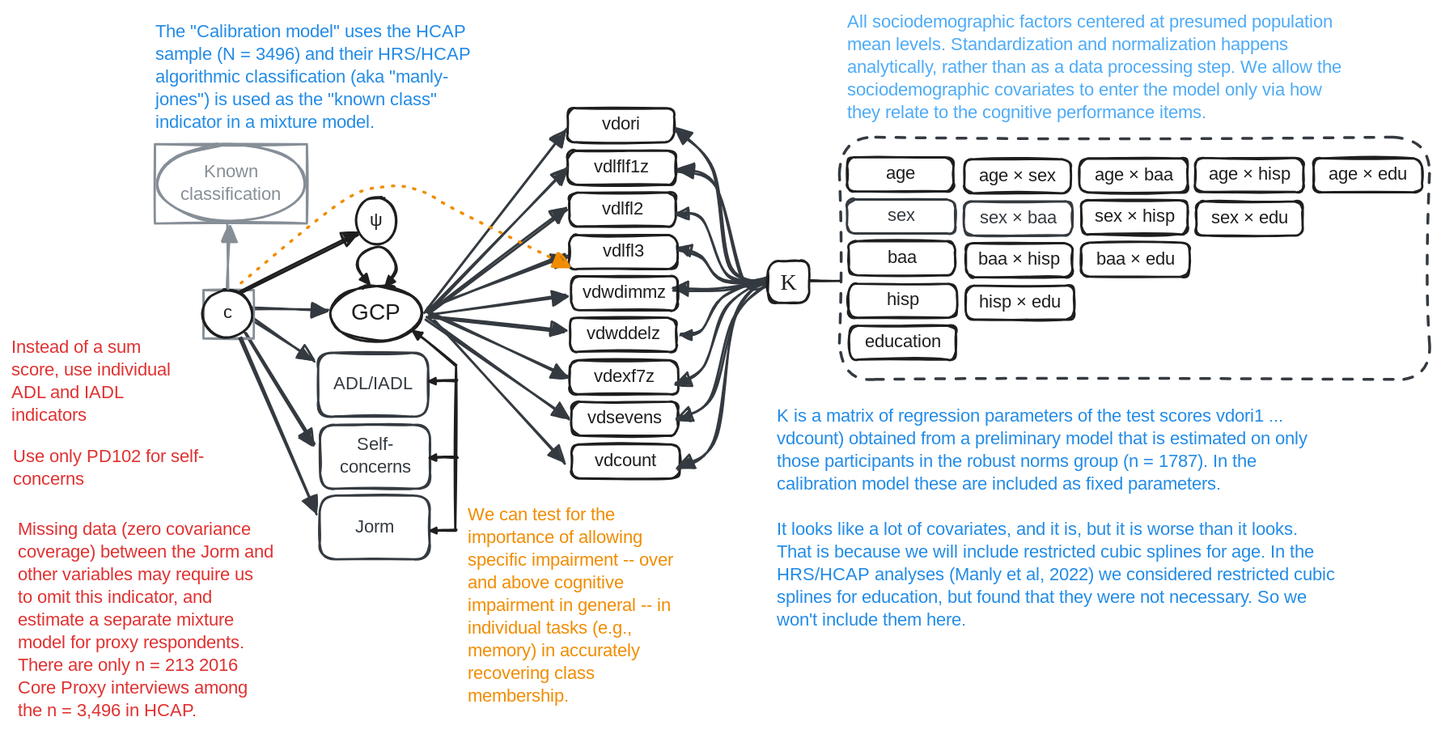
The Excalidraw diagram R/excalidraw/PMM-011-Calibration_Model.excalidraw.svg in dougtommet/HRS_cog_classification, before a commit. Source tidied: one line per element, renumbered; positions are measured from the earlier drawing's top-left corner, leaving out a move shared by most shapes.
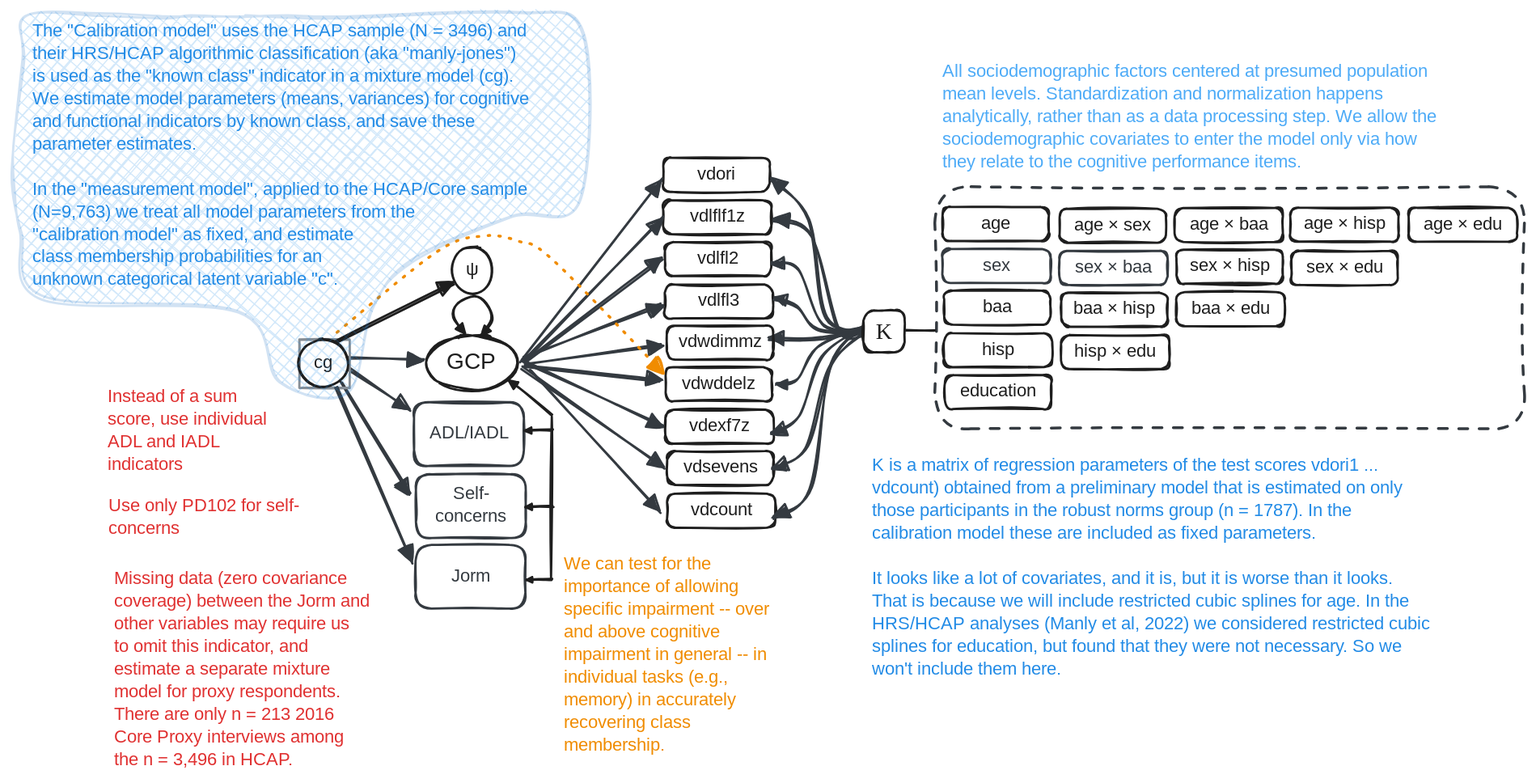
Above is the later version.

Diff of the diagram source:
```diff
@@ -63,17 +63,13 @@
 {"id": 62, "type": "arrow", "strokeColor": "#343a40", "strokeWidth": 2, "roughness": 1, "endArrowhead": "triangle", "round": true, "from": 64, "to": 0, "x": 213, "y": 263, "width": 66, "height": 1, "points": [[0, 0], [66, 1]]}
 {"id": 63, "type": "rectangle", "strokeColor": "#868e96", "strokeWidth": 2, "roughness": 1, "x": 169, "y": 246, "width": 44, "height": 43}
 {"id": 64, "type": "ellipse", "strokeColor": "#1e1e1e", "strokeWidth": 2, "roughness": 1, "x": 169, "y": 246, "width": 44, "height": 42}
-{"id": 65, "type": "text", "text": "c", "strokeColor": "#1e1e1e", "strokeWidth": 2, "roughness": 1, "fontSize": 16, "fontFamily": 5, "textAlign": "center", "verticalAlign": "middle", "inside": 64, "x": 187, "y": 257, "width": 7, "height": 20}
+{"id": 65, "type": "text", "text": "cg", "strokeColor": "#1e1e1e", "strokeWidth": 2, "roughness": 1, "fontSize": 16, "fontFamily": 5, "textAlign": "center", "verticalAlign": "middle", "inside": 64, "x": 182, "y": 257, "width": 17, "height": 20}
 {"id": 66, "type": "rectangle", "strokeColor": "#343a40", "strokeWidth": 2, "roughness": 1, "round": true, "x": 272, "y": 427, "width": 97, "height": 56}
 {"id": 67, "type": "text", "text": "Jorm", "strokeColor": "#343a40", "strokeWidth": 2, "roughness": 1, "fontSize": 16, "fontFamily": 5, "textAlign": "center", "verticalAlign": "middle", "inside": 66, "x": 305, "y": 446, "width": 32, "height": 20}
 {"id": 68, "type": "arrow", "strokeColor": "#343a40", "strokeWidth": 2, "roughness": 1, "endArrowhead": "triangle", "round": true, "from": 64, "to": 66, "x": 202, "y": 288, "width": 66, "height": 155, "points": [[0, 0], [66, 155]]}
 {"id": 69, "type": "ellipse", "strokeColor": "#1e1e1e", "strokeWidth": 2, "roughness": 1, "x": 305, "y": 164, "width": 35, "height": 42}
 {"id": 70, "type": "text", "text": "ψ", "strokeColor": "#1e1e1e", "strokeWidth": 2, "roughness": 1, "fontSize": 16, "fontFamily": 5, "textAlign": "center", "verticalAlign": "middle", "inside": 69, "x": 316, "y": 175, "width": 12, "height": 20}
 {"id": 71, "type": "arrow", "strokeColor": "#1e1e1e", "strokeWidth": 2, "roughness": 1, "endArrowhead": "triangle", "round": true, "from": 64, "to": 69, "x": 204, "y": 249, "width": 101, "height": 52, "points": [[0, 0], [101, -52]]}
-{"id": 72, "type": "rectangle", "strokeColor": "#868e96", "strokeWidth": 2, "roughness": 1, "x": 127, "y": 117, "width": 134, "height": 70}
-{"id": 73, "type": "text", "text": "Known\nclassification", "strokeColor": "#868e96", "strokeWidth": 2, "roughness": 1, "fontSize": 16, "fontFamily": 5, "textAlign": "center", "verticalAlign": "middle", "inside": 72, "x": 143, "y": 132, "width": 102, "height": 40}
-{"id": 74, "type": "arrow", "strokeColor": "#868e96", "strokeWidth": 2, "roughness": 1, "endArrowhead": "triangle", "round": true, "from": 64, "to": 75, "x": 191, "y": 245, "width": 0, "height": 56, "points": [[0, 0], [0, -56]]}
-{"id": 75, "type": "ellipse", "strokeColor": "#868e96", "strokeWidth": 2, "roughness": 1, "x": 129, "y": 117, "width": 130, "height": 68}
 {"id": 76, "type": "arrow", "strokeColor": "#343a40", "strokeWidth": 2, "roughness": 1, "endArrowhead": "triangle", "round": true, "to": 2, "x": 675, "y": 238, "width": 89, "height": 134, "points": [[0, 0], [-39, -11], [-55, -98], [-89, -134]]}
 {"id": 77, "type": "arrow", "strokeColor": "#343a40", "strokeWidth": 2, "roughness": 1, "endArrowhead": "triangle", "round": true, "from": 100, "to": 16, "x": 664, "y": 242, "width": 76, "height": 102, "points": [[0, 0], [-18, -5], [-43, -88], [-76, -102]]}
 {"id": 78, "type": "arrow", "strokeColor": "#343a40", "angle": 0.01, "strokeWidth": 2, "roughness": 1, "endArrowhead": "triangle", "round": true, "x": 674, "y": 235, "width": 87, "height": 57, "points": [[0, 0], [-41, -1], [-64, -51], [-87, -57]]}
@@ -84,7 +80,7 @@
 {"id": 83, "type": "arrow", "strokeColor": "#343a40", "strokeWidth": 2, "roughness": 1, "endArrowhead": "triangle", "round": true, "x": 674, "y": 232, "width": 87, "height": 96, "points": [[0, 0], [-42, 28], [-62, 80], [-87, 96]]}
 {"id": 84, "type": "arrow", "strokeColor": "#343a40", "strokeWidth": 2, "roughness": 1, "endArrowhead": "triangle", "round": true, "to": 6, "x": 668, "y": 233, "width": 77, "height": 51, "points": [[0, 0], [-41, 20], [-57, 47], [-77, 51]]}
 {"id": 85, "type": "text", "text": "All sociodemographic factors centered at presumed population\nmean levels. Standardization and normalization happens\nanalytically, rather than as a data processing step. We allow the\nsociodemographic covariates to enter the model only via how\nthey relate to the cognitive performance items.", "strokeColor": "#4dabf7", "strokeWidth": 2, "roughness": 1, "fontSize": 16, "fontFamily": 5, "x": 738, "y": 0, "width": 510, "height": 100}
-{"id": 86, "type": "text", "text": "The \"Calibration model\" uses the HCAP\nsample (N = 3496) and their HRS/HCAP\nalgorithmic classification (aka \"manly-\njones\") is used as the \"known class\"\nindicator in a mixture model.", "strokeColor": "#228be6", "strokeWidth": 2, "roughness": 1, "fontSize": 16, "fontFamily": 5, "x": 127, "y": 9, "width": 341, "height": 100}
+{"id": 86, "type": "text", "text": "The \"Calibration model\" uses the HCAP sample (N = 3496) and\ntheir HRS/HCAP algorithmic classification (aka \"manly-jones\")\nis used as the \"known class\" indicator in a mixture model (cg).\nWe estimate model parameters (means, variances) for cognitive\nand functional indicators by known class, and save these\nparameter estimates.\n\nIn the \"measurement model\", applied to the HCAP/Core sample\n(N=9,763) we treat all model parameters from the \n\"calibration model\" as fixed, and estimate \nclass membership probabilities for an \nunknown categorical latent variable \"c\".", "strokeColor": "#228be6", "strokeWidth": 2, "roughness": 1, "fontSize": 16, "fontFamily": 5, "x": -67, "y": -36, "width": 490, "height": 240}
 {"id": 87, "type": "text", "text": "We can test for the\nimportance of allowing\nspecific impairment -- over\nand above cognitive\nimpairment in general -- in\nindividual tasks (e.g.,\nmemory) in accurately\nrecovering class\nmembership.", "strokeColor": "#f08c00", "strokeWidth": 2, "roughness": 1, "fontSize": 16, "fontFamily": 5, "x": 403, "y": 435, "width": 212, "height": 180}
 {"id": 88, "type": "rectangle", "strokeColor": "#1e1e1e", "strokeWidth": 2, "roughness": 1, "round": true, "x": 494, "y": 234, "width": 94, "height": 30}
 {"id": 89, "type": "text", "text": "vdwdimmz", "strokeColor": "#1e1e1e", "strokeWidth": 2, "roughness": 1, "fontSize": 16, "fontFamily": 5, "textAlign": "center", "verticalAlign": "middle", "inside": 88, "x": 505, "y": 239, "width": 72, "height": 20}
@@ -94,7 +90,7 @@
 {"id": 93, "type": "arrow", "strokeColor": "#1e1e1e", "strokeWidth": 2, "roughness": 1, "endArrowhead": "triangle", "round": true, "to": 66, "x": 393, "y": 458, "width": 23, "height": 0, "points": [[0, 0], [-11, 0], [-23, 0]]}
 {"id": 94, "type": "arrow", "strokeColor": "#1e1e1e", "strokeWidth": 2, "roughness": 1, "endArrowhead": "triangle", "round": true, "x": 393, "y": 393, "width": 24, "height": 1, "points": [[0, 0], [-11, 0], [-24, 1]]}
 {"id": 95, "type": "arrow", "strokeColor": "#1e1e1e", "strokeWidth": 2, "roughness": 1, "endArrowhead": "triangle", "round": true, "x": 393, "y": 326, "width": 24, "height": 1, "points": [[0, 0], [-11, 0], [-24, 1]]}
-{"id": 96, "type": "arrow", "strokeColor": "#f08c00", "strokeWidth": 2, "strokeStyle": "dotted", "roughness": 1, "endArrowhead": "triangle", "round": true, "from": 64, "to": 88, "x": 202, "y": 240, "width": 289, "height": 87, "points": [[0, 0], [88, -71], [129, -87], [159, -81], [192, -65], [289, -15]]}
+{"id": 96, "type": "arrow", "strokeColor": "#f08c00", "strokeWidth": 2, "strokeStyle": "dotted", "roughness": 1, "endArrowhead": "triangle", "round": true, "from": 64, "to": 88, "x": 202, "y": 240, "width": 288, "height": 122, "points": [[0, 0], [88, -71], [129, -87], [159, -81], [192, -65], [288, 36]]}
 {"id": 97, "type": "text", "text": "Use only PD102 for self-\nconcerns", "strokeColor": "#e03131", "strokeWidth": 2, "strokeStyle": "dotted", "roughness": 1, "fontSize": 16, "fontFamily": 5, "x": 1, "y": 383, "width": 197, "height": 40}
 {"id": 98, "type": "text", "text": "Instead of a sum\nscore, use individual\nADL and IADL\nindicators", "strokeColor": "#e03131", "strokeWidth": 2, "strokeStyle": "dotted", "roughness": 1, "fontSize": 16, "fontFamily": 5, "x": 0, "y": 287, "width": 185, "height": 80}
 {"id": 99, "type": "text", "text": "Missing data (zero covariance\ncoverage) between the Jorm and\nother variables may require us\nto omit this indicator, and\nestimate a separate mixture\nmodel for proxy respondents.\nThere are only n = 213 2016\nCore Proxy interviews among\nthe n = 3,496 in HCAP.", "strokeColor": "#e03131", "strokeWidth": 2, "strokeStyle": "dotted", "roughness": 1, "fontSize": 16, "fontFamily": 5, "x": 6, "y": 448, "width": 254, "height": 180}
@@ -104,3 +100,4 @@
 {"id": 103, "type": "text", "text": "Κ is a matrix of regression parameters of the test scores vdori1 ...\nvdcount) obtained from a preliminary model that is estimated on only\nthose participants in the robust norms group (n = 1787). In the\ncalibration model these are included as fixed parameters.\n\nIt looks like a lot of covariates, and it is, but it is worse than it looks.\nThat is because we will include restricted cubic splines for age. In the\nHRS/HCAP analyses (Manly et al, 2022) we considered restricted cubic\nsplines for education, but found that they were not necessary. So we\nwon't include them here.", "strokeColor": "#228be6", "backgroundColor": "#ffffff", "fillStyle": "solid", "strokeWidth": 2, "roughness": 1, "fontSize": 16, "fontFamily": 5, "x": 675, "y": 348, "width": 568, "height": 200}
 {"id": 104, "type": "rectangle", "strokeColor": "#1e1e1e", "strokeWidth": 2, "roughness": 1, "round": true, "x": 1046, "y": 168, "width": 94, "height": 30}
 {"id": 105, "type": "text", "text": "sex × edu", "strokeColor": "#1e1e1e", "strokeWidth": 2, "roughness": 1, "fontSize": 16, "fontFamily": 5, "textAlign": "center", "verticalAlign": "middle", "inside": 104, "x": 1055, "y": 173, "width": 75, "height": 20}
+{"id": 106, "type": "line", "strokeColor": "#1971c2", "backgroundColor": "#228be6", "fillStyle": "cross-hatch", "strokeWidth": 2, "roughness": 1, "opacity": 20, "round": true, "x": 121, "y": -39, "width": 504, "height": 338, "points": [[0, 0], [-48, -1], [-69, 0], [-128, -1], [-192, -2], [-196, 38], [-203, 116], [-204, 154], [-197, 190], [-177, 248], [-6, 259], [32, 322], [91, 332], [113, 259], [148, 215], [236, 175], [296, 163], [300, 15], [239, -5], [86, 0], [38, 0], [0, 0]]}
```
